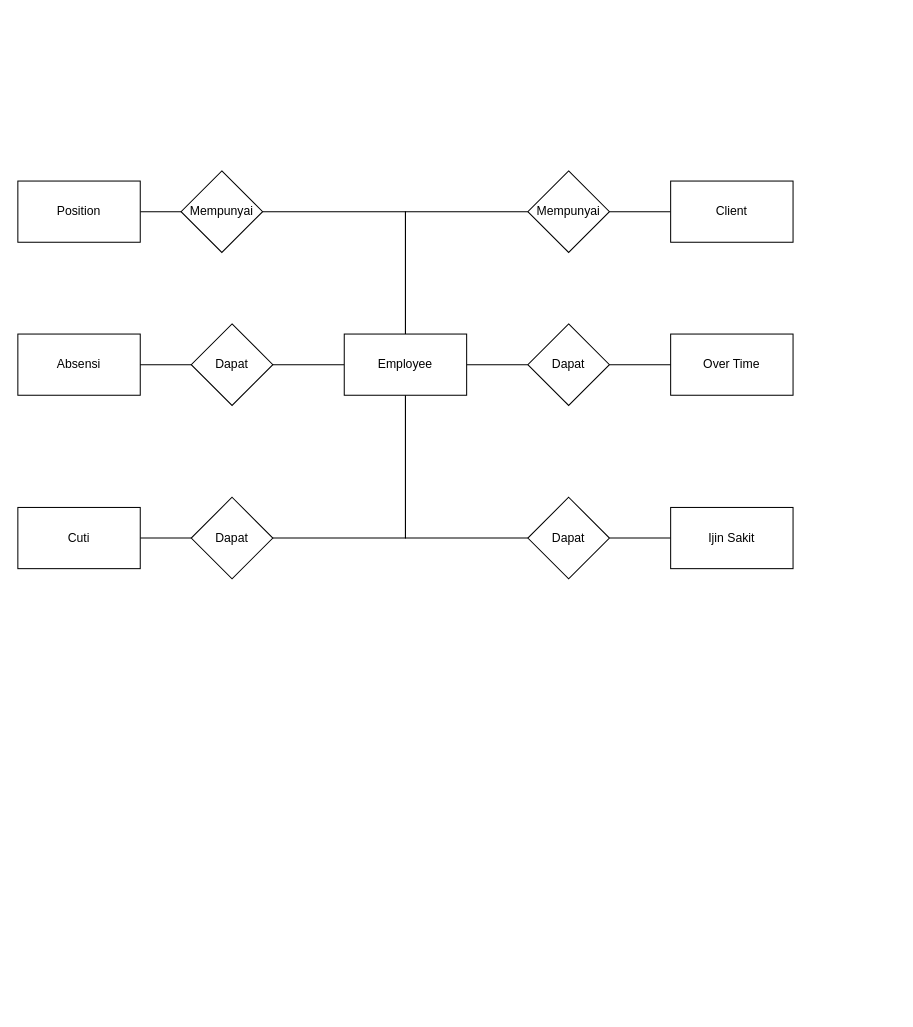
Before: page "erd" (1 of 2) of Penulisan/Bab 3.drawio in w4hyud1/leni_karyawan, a draw.io diagram. Source tidied: cells renumbered, new cells numbered last; positions are measured from the earlier drawing's top-left corner, leaving out a move shared by most shapes. Both pictures are drawn from the tidied source at 102%, with x=0, y=0 at pixel (17, 170).
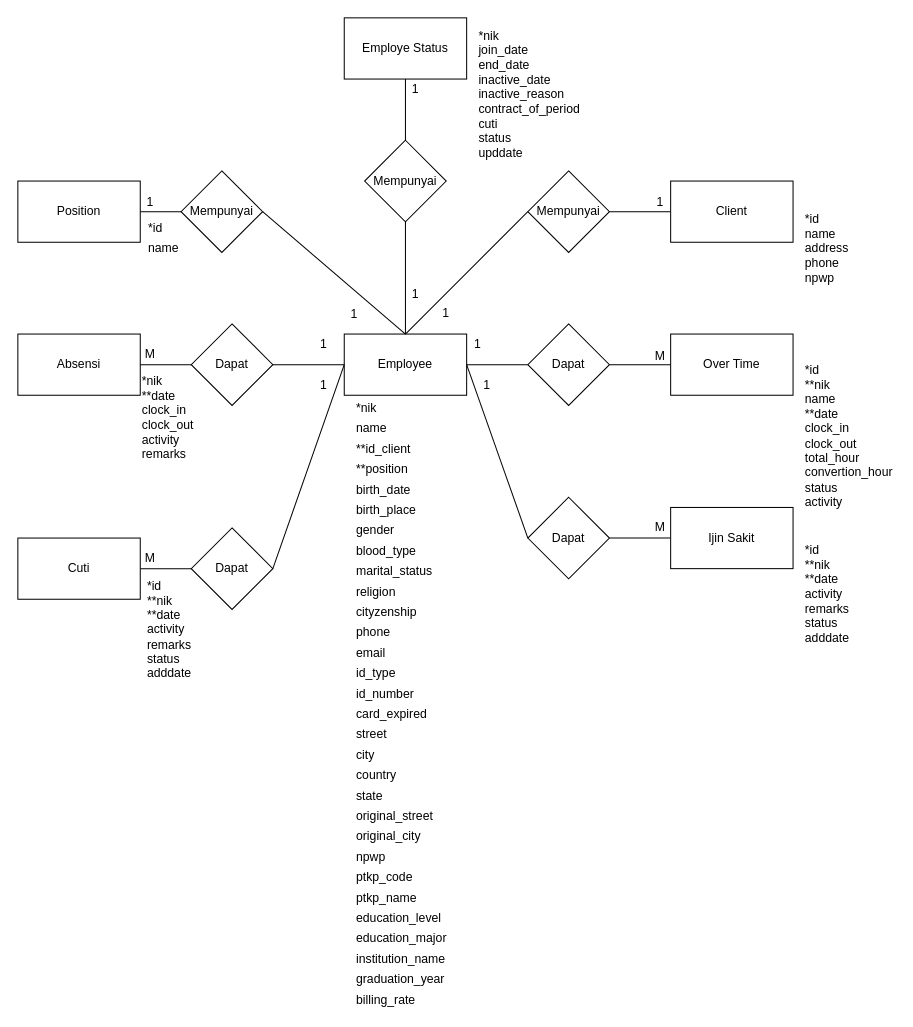
Above is the later version.

The change refers to these unchanged cells:
```xml
<mxCell id="6" value="Employee" style="rounded=0;whiteSpace=wrap;html=1;" parent="1" vertex="1">
  <mxGeometry x="320" y="160" width="120" height="60" as="geometry" />
</mxCell>
<mxCell id="17" value="Dapat" style="rhombus;whiteSpace=wrap;html=1;" parent="1" vertex="1">
  <mxGeometry x="500" y="320" width="80" height="80" as="geometry" />
</mxCell>
<mxCell id="20" value="Mempunyai" style="rhombus;whiteSpace=wrap;html=1;" parent="1" vertex="1">
  <mxGeometry x="160" width="80" height="80" as="geometry" />
</mxCell>
<mxCell id="22" value="Mempunyai" style="rhombus;whiteSpace=wrap;html=1;" parent="1" vertex="1">
  <mxGeometry x="500" width="80" height="80" as="geometry" />
</mxCell>
```

The edit, as a diff of the source:
```diff
@@
-    <mxCell id="4" style="edgeStyle=orthogonalEdgeStyle;rounded=0;jettySize=auto;html=1;exitX=0.5;exitY=1;exitDx=0;exitDy=0;entryX=1;entryY=0.5;entryDx=0;entryDy=0;endArrow=none;endFill=0;" parent="1" edge="1" source="6" target="14">
-      <mxGeometry relative="1" as="geometry" />
-    </mxCell>
-    <mxCell id="5" style="edgeStyle=orthogonalEdgeStyle;rounded=0;jettySize=auto;html=1;exitX=0.5;exitY=1;exitDx=0;exitDy=0;entryX=0;entryY=0.5;entryDx=0;entryDy=0;endArrow=none;endFill=0;" parent="1" edge="1" source="6" target="17">
-      <mxGeometry relative="1" as="geometry" />
-    </mxCell>
@@
+    <mxCell id="27" style="edgeStyle=none;rounded=0;jettySize=auto;html=1;exitX=1;exitY=0.5;exitDx=0;exitDy=0;endArrow=none;endFill=0;strokeColor=#000000;" parent="1" edge="1" source="14">
+      <mxGeometry relative="1" as="geometry">
+        <mxPoint x="320" y="190" as="targetPoint" />
+      </mxGeometry>
+    </mxCell>
     <mxCell id="14" value="Dapat" style="rhombus;whiteSpace=wrap;html=1;" parent="1" vertex="1">
-      <mxGeometry x="170" y="320" width="80" height="80" as="geometry" />
+      <mxGeometry x="170" y="350" width="80" height="80" as="geometry" />
     </mxCell>
     <mxCell id="15" value="Cuti" style="rounded=0;whiteSpace=wrap;html=1;" parent="1" vertex="1">
-      <mxGeometry y="330" width="120" height="60" as="geometry" />
+      <mxGeometry y="360" width="120" height="60" as="geometry" />
     </mxCell>
@@
+    <mxCell id="28" style="edgeStyle=none;rounded=0;jettySize=auto;html=1;exitX=0;exitY=0.5;exitDx=0;exitDy=0;entryX=1;entryY=0.5;entryDx=0;entryDy=0;endArrow=none;endFill=0;strokeColor=#000000;" parent="1" edge="1" source="17" target="6">
+      <mxGeometry relative="1" as="geometry" />
+    </mxCell>
@@
-    <mxCell id="19" style="edgeStyle=orthogonalEdgeStyle;rounded=0;jettySize=auto;html=1;exitX=1;exitY=0.5;exitDx=0;exitDy=0;entryX=0.5;entryY=0;entryDx=0;entryDy=0;endArrow=none;endFill=0;" parent="1" edge="1" source="20" target="6">
+    <mxCell id="19" style="rounded=0;jettySize=auto;html=1;exitX=1;exitY=0.5;exitDx=0;exitDy=0;entryX=0.5;entryY=0;entryDx=0;entryDy=0;endArrow=none;endFill=0;" parent="1" edge="1" source="20" target="6">
       <mxGeometry relative="1" as="geometry" />
     </mxCell>
@@
-    <mxCell id="21" style="edgeStyle=orthogonalEdgeStyle;rounded=0;jettySize=auto;html=1;exitX=0;exitY=0.5;exitDx=0;exitDy=0;entryX=0.5;entryY=0;entryDx=0;entryDy=0;endArrow=none;endFill=0;" parent="1" edge="1" source="22" target="6">
+    <mxCell id="21" style="rounded=0;jettySize=auto;html=1;exitX=0;exitY=0.5;exitDx=0;exitDy=0;entryX=0.5;entryY=0;entryDx=0;entryDy=0;endArrow=none;endFill=0;" parent="1" edge="1" source="22" target="6">
       <mxGeometry relative="1" as="geometry" />
     </mxCell>
@@
+    <mxCell id="29" value="&lt;br&gt;&lt;table width=&quot;124&quot; cellspacing=&quot;0&quot; cellpadding=&quot;0&quot; border=&quot;0&quot;&gt;&lt;tbody&gt;&lt;tr style=&quot;height: 15.0pt&quot;&gt;&lt;td style=&quot;height: 15.0pt ; width: 93pt&quot; width=&quot;124&quot; height=&quot;20&quot;&gt;*nik&lt;/td&gt; &lt;/tr&gt; &lt;tr style=&quot;height: 15.0pt&quot;&gt;  &lt;td style=&quot;height: 15.0pt&quot; height=&quot;20&quot;&gt;name&lt;/td&gt; &lt;/tr&gt; &lt;tr style=&quot;height: 15.0pt&quot;&gt;  &lt;td style=&quot;height: 15.0pt&quot; height=&quot;20&quot;&gt;**id_client&lt;/td&gt; &lt;/tr&gt; &lt;tr style=&quot;height: 15.0pt&quot;&gt;  &lt;td style=&quot;height: 15.0pt&quot; height=&quot;20&quot;&gt;**position&lt;/td&gt; &lt;/tr&gt; &lt;tr style=&quot;height: 15.0pt&quot;&gt;  &lt;td style=&quot;height: 15.0pt&quot; height=&quot;20&quot;&gt;birth_date&lt;/td&gt; &lt;/tr&gt; &lt;tr style=&quot;height: 15.0pt&quot;&gt;  &lt;td style=&quot;height: 15.0pt&quot; height=&quot;20&quot;&gt;birth_place&lt;/td&gt; &lt;/tr&gt; &lt;tr style=&quot;height: 15.0pt&quot;&gt;  &lt;td style=&quot;height: 15.0pt&quot; height=&quot;20&quot;&gt;gender&lt;/td&gt; &lt;/tr&gt; &lt;tr style=&quot;height: 15.0pt&quot;&gt;  &lt;td style=&quot;height: 15.0pt&quot; height=&quot;20&quot;&gt;blood_type&lt;/td&gt; &lt;/tr&gt; &lt;tr style=&quot;height: 15.0pt&quot;&gt;  &lt;td style=&quot;height: 15.0pt&quot; height=&quot;20&quot;&gt;marital_status&lt;/td&gt; &lt;/tr&gt; &lt;tr style=&quot;height: 15.0pt&quot;&gt;  &lt;td style=&quot;height: 15.0pt&quot; height=&quot;20&quot;&gt;religion&lt;/td&gt; &lt;/tr&gt; &lt;tr style=&quot;height: 15.0pt&quot;&gt;  &lt;td style=&quot;height: 15.0pt&quot; height=&quot;20&quot;&gt;cityzenship&lt;/td&gt; &lt;/tr&gt; &lt;tr style=&quot;height: 15.0pt&quot;&gt;  &lt;td style=&quot;height: 15.0pt&quot; height=&quot;20&quot;&gt;phone&lt;/td&gt; &lt;/tr&gt; &lt;tr style=&quot;height: 15.0pt&quot;&gt;  &lt;td style=&quot;height: 15.0pt&quot; height=&quot;20&quot;&gt;email&lt;/td&gt; &lt;/tr&gt; &lt;tr style=&quot;height: 15.0pt&quot;&gt;  &lt;td style=&quot;height: 15.0pt&quot; height=&quot;20&quot;&gt;id_type&lt;/td&gt; &lt;/tr&gt; &lt;tr style=&quot;height: 15.0pt&quot;&gt;  &lt;td style=&quot;height: 15.0pt&quot; height=&quot;20&quot;&gt;id_number&lt;/td&gt; &lt;/tr&gt; &lt;tr style=&quot;height: 15.0pt&quot;&gt;  &lt;td style=&quot;height: 15.0pt&quot; height=&quot;20&quot;&gt;card_expired&lt;/td&gt; &lt;/tr&gt; &lt;tr style=&quot;height: 15.0pt&quot;&gt;  &lt;td style=&quot;height: 15.0pt&quot; height=&quot;20&quot;&gt;street&lt;/td&gt; &lt;/tr&gt; &lt;tr style=&quot;height: 15.0pt&quot;&gt;  &lt;td style=&quot;height: 15.0pt&quot; height=&quot;20&quot;&gt;city&lt;/td&gt; &lt;/tr&gt; &lt;tr style=&quot;height: 15.0pt&quot;&gt;  &lt;td style=&quot;height: 15.0pt&quot; height=&quot;20&quot;&gt;country&lt;/td&gt; &lt;/tr&gt; &lt;tr style=&quot;height: 15.0pt&quot;&gt;  &lt;td style=&quot;height: 15.0pt&quot; height=&quot;20&quot;&gt;state&lt;/td&gt; &lt;/tr&gt; &lt;tr style=&quot;height: 15.0pt&quot;&gt;  &lt;td style=&quot;height: 15.0pt&quot; height=&quot;20&quot;&gt;original_street&lt;/td&gt; &lt;/tr&gt; &lt;tr style=&quot;height: 15.0pt&quot;&gt;  &lt;td style=&quot;height: 15.0pt&quot; height=&quot;20&quot;&gt;original_city&lt;/td&gt; &lt;/tr&gt; &lt;tr style=&quot;height: 15.0pt&quot;&gt;  &lt;td style=&quot;height: 15.0pt&quot; height=&quot;20&quot;&gt;npwp&lt;/td&gt; &lt;/tr&gt; &lt;tr style=&quot;height: 15.0pt&quot;&gt;  &lt;td style=&quot;height: 15.0pt&quot; height=&quot;20&quot;&gt;ptkp_code&lt;/td&gt; &lt;/tr&gt; &lt;tr style=&quot;height: 15.0pt&quot;&gt;  &lt;td style=&quot;height: 15.0pt&quot; height=&quot;20&quot;&gt;ptkp_name&lt;/td&gt; &lt;/tr&gt; &lt;tr style=&quot;height: 15.0pt&quot;&gt;  &lt;td style=&quot;height: 15.0pt&quot; height=&quot;20&quot;&gt;education_level&lt;/td&gt; &lt;/tr&gt; &lt;tr style=&quot;height: 15.0pt&quot;&gt;  &lt;td style=&quot;height: 15.0pt&quot; height=&quot;20&quot;&gt;education_major&lt;/td&gt; &lt;/tr&gt; &lt;tr style=&quot;height: 15.0pt&quot;&gt;  &lt;td style=&quot;height: 15.0pt&quot; height=&quot;20&quot;&gt;institution_name&lt;/td&gt; &lt;/tr&gt; &lt;tr style=&quot;height: 15.0pt&quot;&gt;  &lt;td style=&quot;height: 15.0pt&quot; height=&quot;20&quot;&gt;graduation_year&lt;/td&gt; &lt;/tr&gt; &lt;tr style=&quot;height: 15.0pt&quot;&gt;  &lt;td style=&quot;height: 15.0pt&quot; height=&quot;20&quot;&gt;billing_rate&lt;/td&gt; &lt;/tr&gt;&lt;/tbody&gt;&lt;/table&gt;" style="text;html=1;strokeColor=none;fillColor=none;align=left;verticalAlign=middle;whiteSpace=wrap;rounded=0;" parent="1" vertex="1">
+      <mxGeometry x="330" y="230" width="100" height="570" as="geometry" />
+    </mxCell>
+    <mxCell id="30" value="&lt;table width=&quot;64&quot; cellspacing=&quot;0&quot; cellpadding=&quot;0&quot; border=&quot;0&quot;&gt;&lt;tbody&gt;&lt;tr style=&quot;height: 15.0pt&quot;&gt;&lt;td style=&quot;height: 15.0pt ; width: 48pt&quot; width=&quot;64&quot; height=&quot;20&quot;&gt;*id&lt;/td&gt; &lt;/tr&gt; &lt;tr style=&quot;height: 15.0pt&quot;&gt;  &lt;td style=&quot;height: 15.0pt&quot; height=&quot;20&quot;&gt;name&lt;/td&gt; &lt;/tr&gt;&lt;/tbody&gt;&lt;/table&gt;" style="text;html=1;strokeColor=none;fillColor=none;align=left;verticalAlign=middle;whiteSpace=wrap;rounded=0;" parent="1" vertex="1">
+      <mxGeometry x="126" y="41" width="40" height="50" as="geometry" />
+    </mxCell>
+    <mxCell id="31" value="*id&lt;br&gt;name&lt;br&gt;address&lt;br&gt;phone&lt;br&gt;npwp" style="text;html=1;strokeColor=none;fillColor=none;align=left;verticalAlign=middle;whiteSpace=wrap;rounded=0;" parent="1" vertex="1">
+      <mxGeometry x="770" y="41" width="40" height="70" as="geometry" />
+    </mxCell>
+    <mxCell id="32" value="*nik&lt;br&gt;**date&lt;br&gt;clock_in&lt;br&gt;clock_out&lt;br&gt;activity&lt;br&gt;remarks" style="text;html=1;strokeColor=none;fillColor=none;align=left;verticalAlign=middle;whiteSpace=wrap;rounded=0;" parent="1" vertex="1">
+      <mxGeometry x="120" y="192" width="60" height="100" as="geometry" />
+    </mxCell>
+    <mxCell id="33" value="*id&lt;br&gt;**nik&lt;br&gt;name&lt;br&gt;**date&lt;br&gt;clock_in&lt;br&gt;clock_out&lt;br&gt;total_hour&lt;br&gt;convertion_hour&lt;br&gt;status&lt;br&gt;activity" style="text;html=1;strokeColor=none;fillColor=none;align=left;verticalAlign=middle;whiteSpace=wrap;rounded=0;" parent="1" vertex="1">
+      <mxGeometry x="770" y="180" width="90" height="160" as="geometry" />
+    </mxCell>
+    <mxCell id="34" value="*id&lt;br&gt;**nik&lt;br&gt;**date&lt;br&gt;activity&lt;br&gt;remarks&lt;br&gt;status&lt;br&gt;adddate" style="text;html=1;strokeColor=none;fillColor=none;align=left;verticalAlign=middle;whiteSpace=wrap;rounded=0;" parent="1" vertex="1">
+      <mxGeometry x="125" y="400" width="40" height="100" as="geometry" />
+    </mxCell>
+    <mxCell id="35" value="*id&lt;br&gt;**nik&lt;br&gt;**date&lt;br&gt;activity&lt;br&gt;remarks&lt;br&gt;status&lt;br&gt;adddate" style="text;html=1;strokeColor=none;fillColor=none;align=left;verticalAlign=middle;whiteSpace=wrap;rounded=0;" parent="1" vertex="1">
+      <mxGeometry x="770" y="360" width="60" height="110" as="geometry" />
+    </mxCell>
+    <mxCell id="36" style="edgeStyle=none;rounded=0;jettySize=auto;html=1;exitX=0.5;exitY=1;exitDx=0;exitDy=0;endArrow=none;endFill=0;strokeColor=#000000;" parent="1" edge="1" source="38">
+      <mxGeometry relative="1" as="geometry">
+        <mxPoint x="380" y="160" as="targetPoint" />
+      </mxGeometry>
+    </mxCell>
+    <mxCell id="37" style="edgeStyle=none;rounded=0;jettySize=auto;html=1;exitX=0.5;exitY=0;exitDx=0;exitDy=0;entryX=0.5;entryY=1;entryDx=0;entryDy=0;endArrow=none;endFill=0;strokeColor=#000000;" parent="1" edge="1" source="38" target="39">
+      <mxGeometry relative="1" as="geometry" />
+    </mxCell>
+    <mxCell id="38" value="Mempunyai" style="rhombus;whiteSpace=wrap;html=1;" parent="1" vertex="1">
+      <mxGeometry x="340" y="-30" width="80" height="80" as="geometry" />
+    </mxCell>
+    <mxCell id="39" value="Employe Status" style="rounded=0;whiteSpace=wrap;html=1;" parent="1" vertex="1">
+      <mxGeometry x="320" y="-150" width="120" height="60" as="geometry" />
+    </mxCell>
+    <mxCell id="40" value="*nik&lt;br&gt;join_date&lt;br&gt;end_date&lt;br&gt;inactive_date&lt;br&gt;inactive_reason&lt;br&gt;contract_of_period&lt;br&gt;cuti&lt;br&gt;status&lt;br&gt;upddate" style="text;html=1;strokeColor=none;fillColor=none;align=left;verticalAlign=middle;whiteSpace=wrap;rounded=0;" parent="1" vertex="1">
+      <mxGeometry x="450" y="-140" width="40" height="130" as="geometry" />
+    </mxCell>
+    <mxCell id="41" value="1" style="text;html=1;strokeColor=none;fillColor=none;align=center;verticalAlign=middle;whiteSpace=wrap;rounded=0;" parent="1" vertex="1">
+      <mxGeometry x="380" y="-90" width="20" height="20" as="geometry" />
+    </mxCell>
+    <mxCell id="42" value="M" style="text;html=1;strokeColor=none;fillColor=none;align=center;verticalAlign=middle;whiteSpace=wrap;rounded=0;" parent="1" vertex="1">
+      <mxGeometry x="620" y="172" width="20" height="20" as="geometry" />
+    </mxCell>
+    <mxCell id="43" value="M" style="text;html=1;strokeColor=none;fillColor=none;align=center;verticalAlign=middle;whiteSpace=wrap;rounded=0;" parent="1" vertex="1">
+      <mxGeometry x="620" y="340" width="20" height="20" as="geometry" />
+    </mxCell>
+    <mxCell id="44" value="M" style="text;html=1;strokeColor=none;fillColor=none;align=center;verticalAlign=middle;whiteSpace=wrap;rounded=0;" parent="1" vertex="1">
+      <mxGeometry x="120" y="370" width="20" height="20" as="geometry" />
+    </mxCell>
+    <mxCell id="45" value="M" style="text;html=1;strokeColor=none;fillColor=none;align=center;verticalAlign=middle;whiteSpace=wrap;rounded=0;" parent="1" vertex="1">
+      <mxGeometry x="120" y="170" width="20" height="20" as="geometry" />
+    </mxCell>
+    <mxCell id="46" value="1" style="text;html=1;strokeColor=none;fillColor=none;align=center;verticalAlign=middle;whiteSpace=wrap;rounded=0;" parent="1" vertex="1">
+      <mxGeometry x="120" y="21" width="20" height="20" as="geometry" />
+    </mxCell>
+    <mxCell id="47" value="1" style="text;html=1;strokeColor=none;fillColor=none;align=center;verticalAlign=middle;whiteSpace=wrap;rounded=0;" parent="1" vertex="1">
+      <mxGeometry x="620" y="21" width="20" height="20" as="geometry" />
+    </mxCell>
+    <mxCell id="48" value="1" style="text;html=1;strokeColor=none;fillColor=none;align=center;verticalAlign=middle;whiteSpace=wrap;rounded=0;" parent="1" vertex="1">
+      <mxGeometry x="450" y="200" width="20" height="20" as="geometry" />
+    </mxCell>
+    <mxCell id="49" value="1" style="text;html=1;strokeColor=none;fillColor=none;align=center;verticalAlign=middle;whiteSpace=wrap;rounded=0;" parent="1" vertex="1">
+      <mxGeometry x="441" y="160" width="20" height="20" as="geometry" />
+    </mxCell>
+    <mxCell id="50" value="1" style="text;html=1;strokeColor=none;fillColor=none;align=center;verticalAlign=middle;whiteSpace=wrap;rounded=0;" parent="1" vertex="1">
+      <mxGeometry x="410" y="130" width="20" height="20" as="geometry" />
+    </mxCell>
+    <mxCell id="51" value="1" style="text;html=1;strokeColor=none;fillColor=none;align=center;verticalAlign=middle;whiteSpace=wrap;rounded=0;" parent="1" vertex="1">
+      <mxGeometry x="380" y="111" width="20" height="20" as="geometry" />
+    </mxCell>
+    <mxCell id="52" value="1" style="text;html=1;strokeColor=none;fillColor=none;align=center;verticalAlign=middle;whiteSpace=wrap;rounded=0;" parent="1" vertex="1">
+      <mxGeometry x="320" y="131" width="20" height="20" as="geometry" />
+    </mxCell>
+    <mxCell id="53" value="1" style="text;html=1;strokeColor=none;fillColor=none;align=center;verticalAlign=middle;whiteSpace=wrap;rounded=0;" parent="1" vertex="1">
+      <mxGeometry x="290" y="160" width="20" height="20" as="geometry" />
+    </mxCell>
+    <mxCell id="54" value="1" style="text;html=1;strokeColor=none;fillColor=none;align=center;verticalAlign=middle;whiteSpace=wrap;rounded=0;" parent="1" vertex="1">
+      <mxGeometry x="290" y="200" width="20" height="20" as="geometry" />
+    </mxCell>
```
